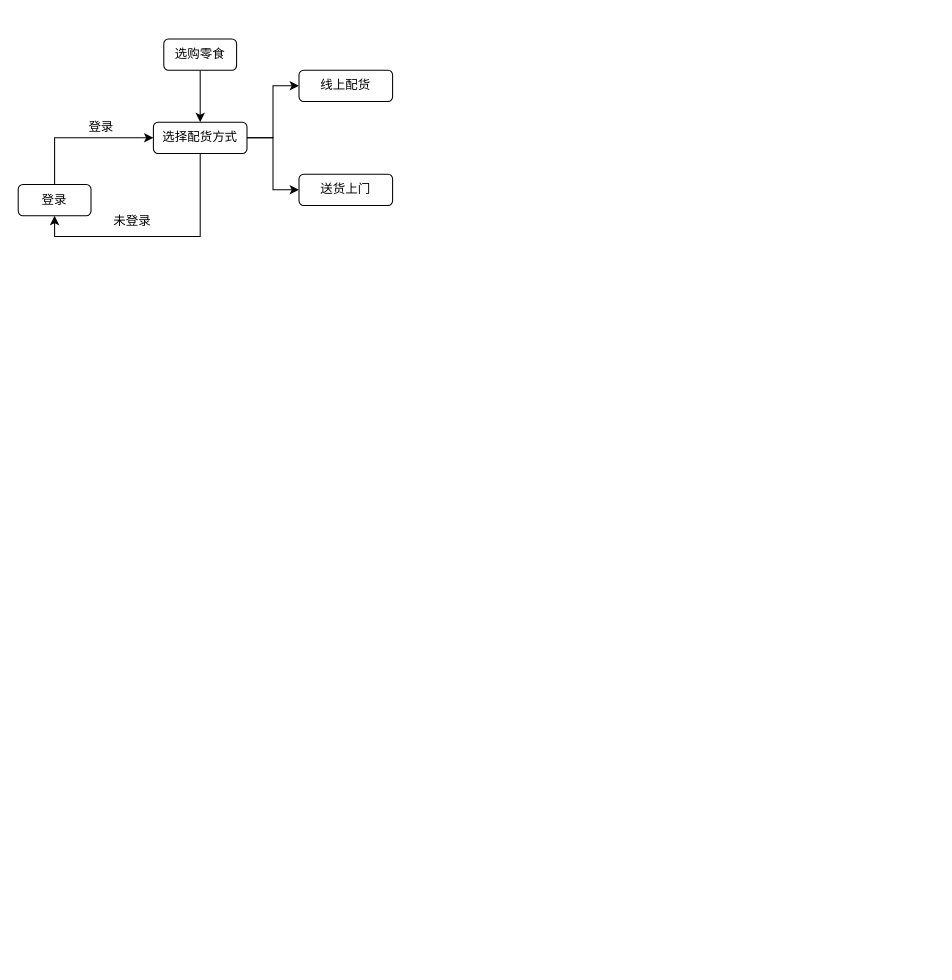
The draw.io diagram 未命名绘图.drawio in liuyifeng123321/worker, before the edit. Source tidied: cells renumbered, new cells numbered last; positions are measured from the earlier drawing's top-left corner, leaving out a move shared by most shapes. Both pictures are drawn from the tidied source at 104%, with x=0, y=0 at pixel (18, 38).
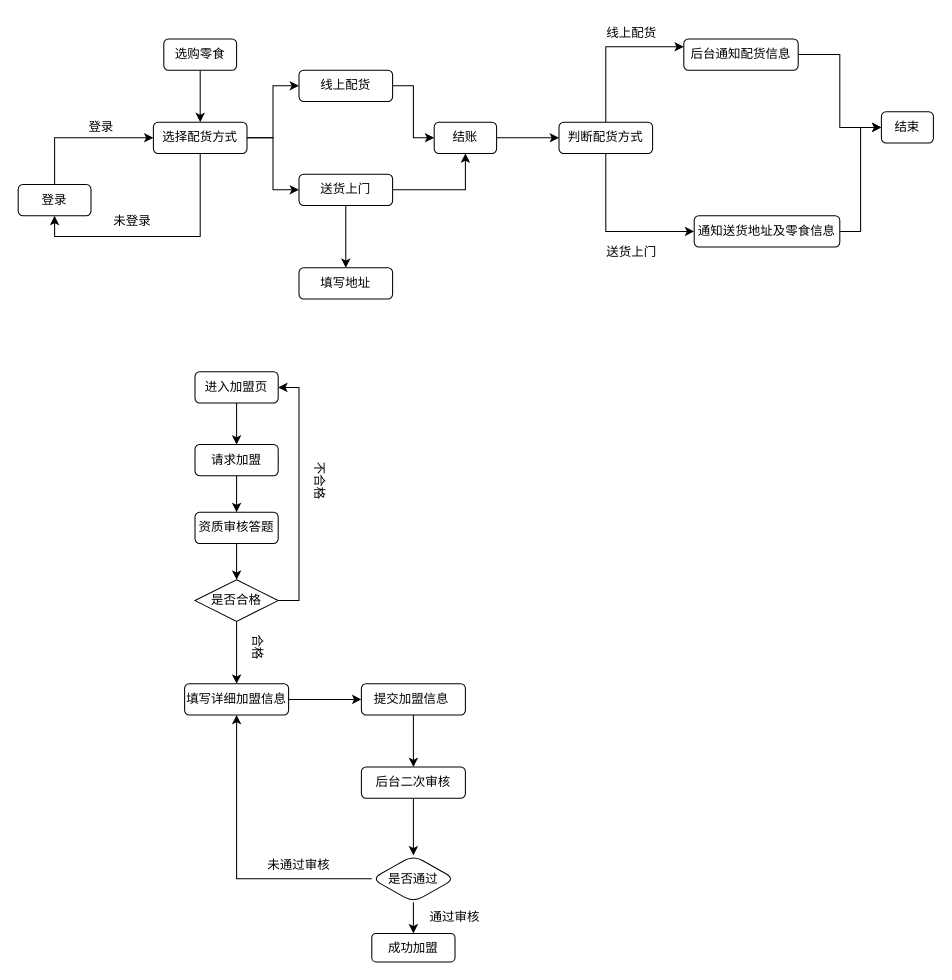
Above is the later version.

Commit message:
更新未命名绘图.drawio

The change refers to these unchanged cells:
```xml
<mxCell id="12" value="线上配货" style="rounded=1;whiteSpace=wrap;html=1;" parent="1" vertex="1">
  <mxGeometry x="270" y="30" width="90" height="30" as="geometry" />
</mxCell>
<mxCell id="13" value="送货上门" style="rounded=1;whiteSpace=wrap;html=1;" parent="1" vertex="1">
  <mxGeometry x="270" y="130" width="90" height="30" as="geometry" />
</mxCell>
```

What changed in the source:
```diff
@@
+    <mxCell id="14" style="edgeStyle=orthogonalEdgeStyle;rounded=0;jettySize=auto;html=1;exitX=1;exitY=0.5;exitDx=0;exitDy=0;entryX=0;entryY=0.5;entryDx=0;entryDy=0;" parent="1" edge="1" source="12" target="19">
+      <mxGeometry relative="1" as="geometry" />
+    </mxCell>
@@
+    <mxCell id="15" style="edgeStyle=orthogonalEdgeStyle;rounded=0;jettySize=auto;html=1;entryX=0.5;entryY=0;entryDx=0;entryDy=0;" parent="1" edge="1" source="13" target="17">
+      <mxGeometry relative="1" as="geometry" />
+    </mxCell>
+    <mxCell id="16" style="edgeStyle=orthogonalEdgeStyle;rounded=0;jettySize=auto;html=1;exitX=1;exitY=0.5;exitDx=0;exitDy=0;entryX=0.5;entryY=1;entryDx=0;entryDy=0;" parent="1" edge="1" source="13" target="19">
+      <mxGeometry relative="1" as="geometry" />
+    </mxCell>
@@
+    <mxCell id="17" value="填写地址" style="rounded=1;whiteSpace=wrap;html=1;" parent="1" vertex="1">
+      <mxGeometry x="270" y="220" width="90" height="30" as="geometry" />
+    </mxCell>
+    <mxCell id="18" style="edgeStyle=orthogonalEdgeStyle;rounded=0;jettySize=auto;html=1;" parent="1" edge="1" source="19" target="22">
+      <mxGeometry relative="1" as="geometry" />
+    </mxCell>
+    <mxCell id="19" value="结账" style="rounded=1;whiteSpace=wrap;html=1;" parent="1" vertex="1">
+      <mxGeometry x="400" y="80" width="60" height="30" as="geometry" />
+    </mxCell>
+    <mxCell id="20" style="edgeStyle=orthogonalEdgeStyle;rounded=0;jettySize=auto;html=1;exitX=0.5;exitY=0;exitDx=0;exitDy=0;entryX=0;entryY=0.25;entryDx=0;entryDy=0;" parent="1" edge="1" source="22" target="26">
+      <mxGeometry relative="1" as="geometry" />
+    </mxCell>
+    <mxCell id="21" style="edgeStyle=orthogonalEdgeStyle;rounded=0;jettySize=auto;html=1;entryX=0;entryY=0.5;entryDx=0;entryDy=0;" parent="1" edge="1" source="22" target="24">
+      <mxGeometry relative="1" as="geometry">
+        <Array as="points">
+          <mxPoint x="565" y="185" />
+        </Array>
+      </mxGeometry>
+    </mxCell>
+    <mxCell id="22" value="判断配货方式" style="rounded=1;whiteSpace=wrap;html=1;" parent="1" vertex="1">
+      <mxGeometry x="520" y="80" width="90" height="30" as="geometry" />
+    </mxCell>
+    <mxCell id="23" style="edgeStyle=orthogonalEdgeStyle;rounded=0;jettySize=auto;html=1;entryX=0;entryY=0.5;entryDx=0;entryDy=0;" parent="1" edge="1" source="24" target="29">
+      <mxGeometry relative="1" as="geometry" />
+    </mxCell>
+    <mxCell id="24" value="通知送货地址及零食信息" style="rounded=1;whiteSpace=wrap;html=1;" parent="1" vertex="1">
+      <mxGeometry x="650" y="170" width="140" height="30" as="geometry" />
+    </mxCell>
+    <mxCell id="25" style="edgeStyle=orthogonalEdgeStyle;rounded=0;jettySize=auto;html=1;entryX=0;entryY=0.5;entryDx=0;entryDy=0;" parent="1" edge="1" source="26" target="29">
+      <mxGeometry relative="1" as="geometry" />
+    </mxCell>
+    <mxCell id="26" value="后台通知配货信息" style="rounded=1;whiteSpace=wrap;html=1;" parent="1" vertex="1">
+      <mxGeometry x="640" width="110" height="30" as="geometry" />
+    </mxCell>
+    <mxCell id="27" value="线上配货" style="text;html=1;align=center;verticalAlign=middle;whiteSpace=wrap;rounded=0;" parent="1" vertex="1">
+      <mxGeometry x="560" y="-20" width="60" height="30" as="geometry" />
+    </mxCell>
+    <mxCell id="28" value="送货上门" style="text;html=1;align=center;verticalAlign=middle;whiteSpace=wrap;rounded=0;" parent="1" vertex="1">
+      <mxGeometry x="560" y="190" width="60" height="30" as="geometry" />
+    </mxCell>
+    <mxCell id="29" value="结束" style="rounded=1;whiteSpace=wrap;html=1;" parent="1" vertex="1">
+      <mxGeometry x="830" y="70" width="50" height="30" as="geometry" />
+    </mxCell>
+    <mxCell id="30" style="edgeStyle=orthogonalEdgeStyle;rounded=0;jettySize=auto;html=1;entryX=0.5;entryY=0;entryDx=0;entryDy=0;" parent="1" edge="1" source="31" target="33">
+      <mxGeometry relative="1" as="geometry" />
+    </mxCell>
+    <mxCell id="31" value="进入加盟页" style="rounded=1;whiteSpace=wrap;html=1;" parent="1" vertex="1">
+      <mxGeometry x="170" y="320" width="80" height="30" as="geometry" />
+    </mxCell>
+    <mxCell id="32" style="edgeStyle=orthogonalEdgeStyle;rounded=0;jettySize=auto;html=1;entryX=0.5;entryY=0;entryDx=0;entryDy=0;" parent="1" edge="1" source="33" target="35">
+      <mxGeometry relative="1" as="geometry" />
+    </mxCell>
+    <mxCell id="33" value="请求加盟" style="rounded=1;whiteSpace=wrap;html=1;" parent="1" vertex="1">
+      <mxGeometry x="170" y="390" width="80" height="30" as="geometry" />
+    </mxCell>
+    <mxCell id="34" style="edgeStyle=orthogonalEdgeStyle;rounded=0;jettySize=auto;html=1;entryX=0.5;entryY=0;entryDx=0;entryDy=0;" parent="1" edge="1" source="35" target="38">
+      <mxGeometry relative="1" as="geometry" />
+    </mxCell>
+    <mxCell id="35" value="资质审核答题" style="rounded=1;whiteSpace=wrap;html=1;" parent="1" vertex="1">
+      <mxGeometry x="170" y="455" width="80" height="30" as="geometry" />
+    </mxCell>
+    <mxCell id="36" style="edgeStyle=orthogonalEdgeStyle;rounded=0;jettySize=auto;html=1;exitX=1;exitY=0.5;exitDx=0;exitDy=0;entryX=1;entryY=0.5;entryDx=0;entryDy=0;" parent="1" edge="1" source="38" target="31">
+      <mxGeometry relative="1" as="geometry" />
+    </mxCell>
+    <mxCell id="37" style="edgeStyle=orthogonalEdgeStyle;rounded=0;jettySize=auto;html=1;entryX=0.5;entryY=0;entryDx=0;entryDy=0;" parent="1" edge="1" source="38" target="41">
+      <mxGeometry relative="1" as="geometry" />
+    </mxCell>
+    <mxCell id="38" value="是否合格" style="rhombus;whiteSpace=wrap;html=1;" parent="1" vertex="1">
+      <mxGeometry x="170" y="520" width="80" height="40" as="geometry" />
+    </mxCell>
+    <mxCell id="39" value="不合格" style="text;html=1;align=center;verticalAlign=middle;whiteSpace=wrap;rounded=0;rotation=90;" parent="1" vertex="1">
+      <mxGeometry x="260" y="410" width="60" height="30" as="geometry" />
+    </mxCell>
+    <mxCell id="40" style="edgeStyle=orthogonalEdgeStyle;rounded=0;jettySize=auto;html=1;" parent="1" edge="1" source="41" target="44">
+      <mxGeometry relative="1" as="geometry" />
+    </mxCell>
+    <mxCell id="41" value="填写详细加盟信息" style="rounded=1;whiteSpace=wrap;html=1;" parent="1" vertex="1">
+      <mxGeometry x="160" y="620" width="100" height="30" as="geometry" />
+    </mxCell>
+    <mxCell id="42" value="合格" style="text;html=1;align=center;verticalAlign=middle;whiteSpace=wrap;rounded=0;rotation=90;" parent="1" vertex="1">
+      <mxGeometry x="200" y="570" width="60" height="30" as="geometry" />
+    </mxCell>
+    <mxCell id="43" style="edgeStyle=orthogonalEdgeStyle;rounded=0;jettySize=auto;html=1;entryX=0.5;entryY=0;entryDx=0;entryDy=0;" parent="1" edge="1" source="44" target="46">
+      <mxGeometry relative="1" as="geometry" />
+    </mxCell>
+    <mxCell id="44" value="提交加盟信息&amp;nbsp;" style="rounded=1;whiteSpace=wrap;html=1;" parent="1" vertex="1">
+      <mxGeometry x="330" y="620" width="100" height="30" as="geometry" />
+    </mxCell>
+    <mxCell id="45" style="edgeStyle=orthogonalEdgeStyle;rounded=0;jettySize=auto;html=1;" parent="1" edge="1" source="46" target="49">
+      <mxGeometry relative="1" as="geometry" />
+    </mxCell>
+    <mxCell id="46" value="后台二次审核" style="rounded=1;whiteSpace=wrap;html=1;" parent="1" vertex="1">
+      <mxGeometry x="330" y="700" width="100" height="30" as="geometry" />
+    </mxCell>
+    <mxCell id="47" style="edgeStyle=orthogonalEdgeStyle;rounded=0;jettySize=auto;html=1;" parent="1" edge="1" source="49" target="50">
+      <mxGeometry relative="1" as="geometry" />
+    </mxCell>
+    <mxCell id="48" style="edgeStyle=orthogonalEdgeStyle;rounded=0;jettySize=auto;html=1;exitX=0;exitY=0.5;exitDx=0;exitDy=0;entryX=0.5;entryY=1;entryDx=0;entryDy=0;" parent="1" edge="1" source="49" target="41">
+      <mxGeometry relative="1" as="geometry" />
+    </mxCell>
+    <mxCell id="49" value="是否通过" style="rhombus;whiteSpace=wrap;html=1;rounded=1;" parent="1" vertex="1">
+      <mxGeometry x="340" y="785" width="80" height="45" as="geometry" />
+    </mxCell>
+    <mxCell id="50" value="成功加盟" style="whiteSpace=wrap;html=1;rounded=1;" parent="1" vertex="1">
+      <mxGeometry x="340" y="860" width="80" height="27.5" as="geometry" />
+    </mxCell>
+    <mxCell id="51" value="通过审核" style="text;html=1;align=center;verticalAlign=middle;whiteSpace=wrap;rounded=0;" parent="1" vertex="1">
+      <mxGeometry x="390" y="830" width="60" height="30" as="geometry" />
+    </mxCell>
+    <mxCell id="52" value="未通过审核" style="text;html=1;align=center;verticalAlign=middle;whiteSpace=wrap;rounded=0;" parent="1" vertex="1">
+      <mxGeometry x="230" y="780" width="80" height="30" as="geometry" />
+    </mxCell>
```
